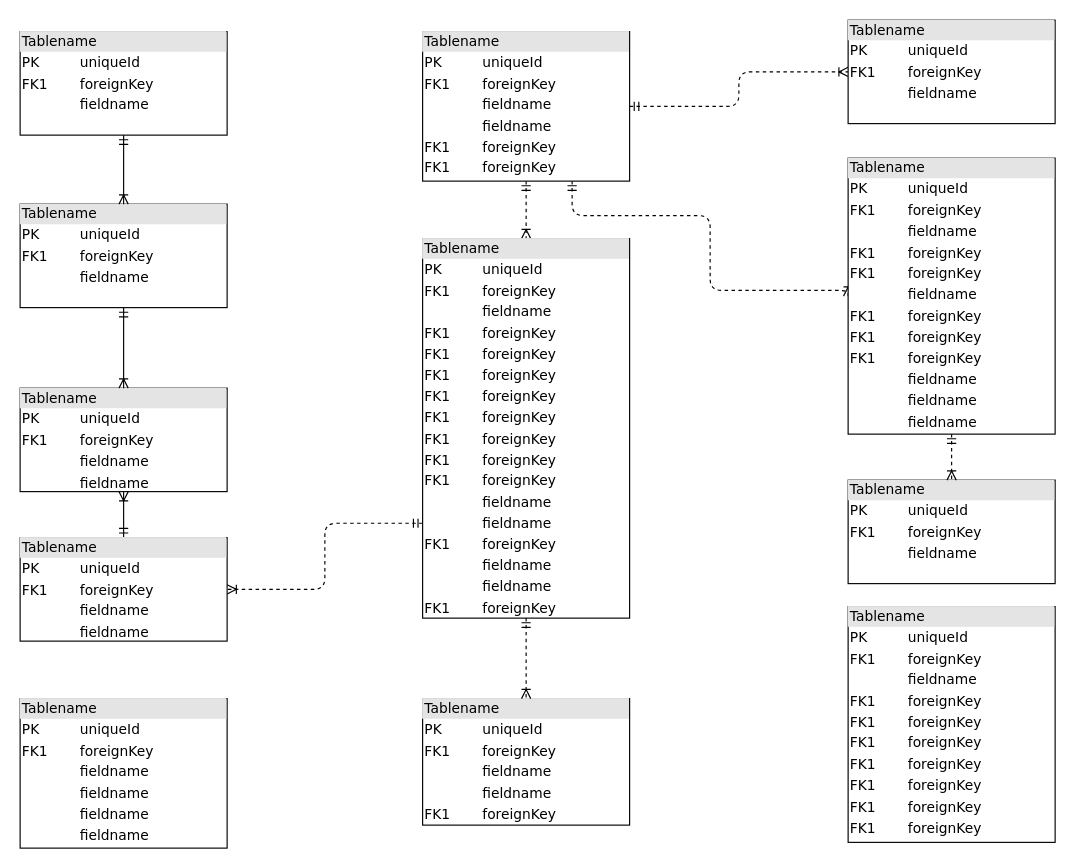
The draw.io diagram EncontrateHome/Untitled Diagram.drawio in Agosdb/Grupo-dos-Encontrate-, before the edit. Source tidied: cells renumbered, new cells numbered last; positions are measured from the earlier drawing's top-left corner, leaving out a move shared by most shapes. Both pictures are drawn from the tidied source at 115%, with x=0, y=0 at pixel (20, 20).
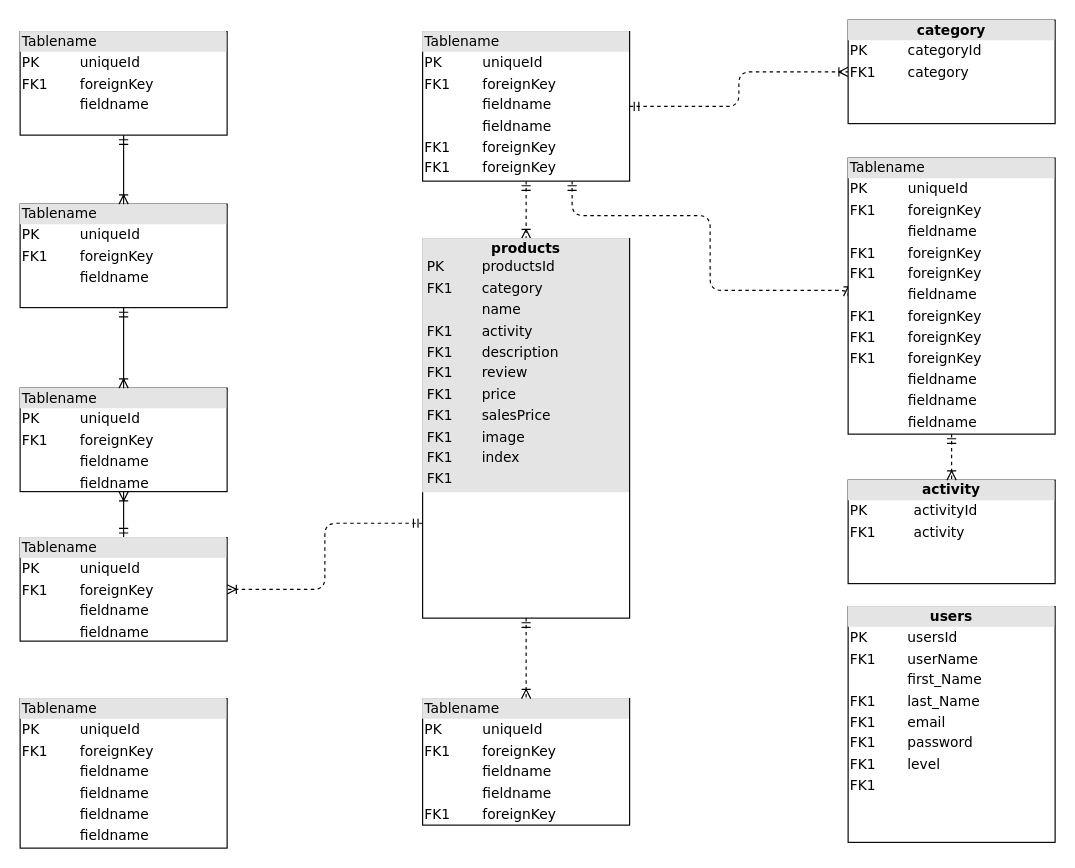
The same page after the edit.

Commit message:
Iniciando Base

Diff of the diagram source:
```diff
@@
-    <mxCell id="13" value="&lt;div style=&quot;box-sizing: border-box ; width: 100% ; background: #e4e4e4 ; padding: 2px&quot;&gt;Tablename&lt;/div&gt;&lt;table style=&quot;width: 100% ; font-size: 1em&quot; cellpadding=&quot;2&quot; cellspacing=&quot;0&quot;&gt;&lt;tbody&gt;&lt;tr&gt;&lt;td&gt;PK&lt;/td&gt;&lt;td&gt;uniqueId&lt;/td&gt;&lt;/tr&gt;&lt;tr&gt;&lt;td&gt;FK1&lt;/td&gt;&lt;td&gt;foreignKey&lt;/td&gt;&lt;/tr&gt;&lt;tr&gt;&lt;td&gt;&lt;/td&gt;&lt;td&gt;fieldname&lt;/td&gt;&lt;/tr&gt;&lt;tr&gt;&lt;td&gt;FK1&lt;br&gt;&lt;/td&gt;&lt;td&gt;foreignKey&lt;br&gt;&lt;/td&gt;&lt;/tr&gt;&lt;tr&gt;&lt;td&gt;FK1&lt;br&gt;&lt;/td&gt;&lt;td&gt;foreignKey&lt;br&gt;&lt;/td&gt;&lt;/tr&gt;&lt;tr&gt;&lt;td&gt;FK1&lt;br&gt;&lt;/td&gt;&lt;td&gt;foreignKey&lt;br&gt;&lt;/td&gt;&lt;/tr&gt;&lt;tr&gt;&lt;td&gt;FK1&lt;br&gt;&lt;/td&gt;&lt;td&gt;foreignKey&lt;br&gt;&lt;/td&gt;&lt;/tr&gt;&lt;tr&gt;&lt;td&gt;FK1&lt;br&gt;&lt;/td&gt;&lt;td&gt;foreignKey&lt;br&gt;&lt;/td&gt;&lt;/tr&gt;&lt;tr&gt;&lt;td&gt;FK1&lt;br&gt;&lt;/td&gt;&lt;td&gt;foreignKey&lt;br&gt;&lt;/td&gt;&lt;/tr&gt;&lt;tr&gt;&lt;td&gt;FK1&lt;br&gt;&lt;/td&gt;&lt;td&gt;foreignKey&lt;br&gt;&lt;/td&gt;&lt;/tr&gt;&lt;/tbody&gt;&lt;/table&gt;" style="verticalAlign=top;align=left;overflow=fill;html=1;rounded=0;shadow=0;comic=0;labelBackgroundColor=none;strokeWidth=1;fontFamily=Verdana;fontSize=12;" parent="1" vertex="1">
+    <mxCell id="13" value="&lt;div style=&quot;text-align: center ; box-sizing: border-box ; width: 100% ; background: rgb(228 , 228 , 228) ; padding: 2px&quot;&gt;&lt;b&gt;users&lt;/b&gt;&lt;/div&gt;&lt;table style=&quot;width: 100% ; font-size: 1em&quot; cellpadding=&quot;2&quot; cellspacing=&quot;0&quot;&gt;&lt;tbody&gt;&lt;tr&gt;&lt;td&gt;PK&lt;br&gt;&lt;/td&gt;&lt;td&gt;usersId&lt;/td&gt;&lt;/tr&gt;&lt;tr&gt;&lt;td&gt;FK1&lt;/td&gt;&lt;td&gt;userName&lt;/td&gt;&lt;/tr&gt;&lt;tr&gt;&lt;td&gt;&lt;/td&gt;&lt;td&gt;first_Name&lt;/td&gt;&lt;/tr&gt;&lt;tr&gt;&lt;td&gt;FK1&lt;br&gt;&lt;/td&gt;&lt;td&gt;last_Name&lt;br&gt;&lt;/td&gt;&lt;/tr&gt;&lt;tr&gt;&lt;td&gt;FK1&lt;br&gt;&lt;/td&gt;&lt;td&gt;email&lt;br&gt;&lt;/td&gt;&lt;/tr&gt;&lt;tr&gt;&lt;td&gt;FK1&lt;br&gt;&lt;/td&gt;&lt;td&gt;password&lt;br&gt;&lt;/td&gt;&lt;/tr&gt;&lt;tr&gt;&lt;td&gt;FK1&lt;br&gt;&lt;/td&gt;&lt;td&gt;level&lt;br&gt;&lt;/td&gt;&lt;/tr&gt;&lt;tr&gt;&lt;td&gt;FK1&lt;br&gt;&lt;/td&gt;&lt;td&gt;&lt;/td&gt;&lt;/tr&gt;&lt;/tbody&gt;&lt;/table&gt;" style="verticalAlign=top;align=left;overflow=fill;html=1;rounded=0;shadow=0;comic=0;labelBackgroundColor=none;strokeWidth=1;fontFamily=Verdana;fontSize=12;" parent="1" vertex="1">
       <mxGeometry x="720" y="510" width="180" height="205" as="geometry" />
     </mxCell>
@@
-    <mxCell id="16" value="&lt;div style=&quot;box-sizing: border-box ; width: 100% ; background: #e4e4e4 ; padding: 2px&quot;&gt;Tablename&lt;/div&gt;&lt;table style=&quot;width: 100% ; font-size: 1em&quot; cellpadding=&quot;2&quot; cellspacing=&quot;0&quot;&gt;&lt;tbody&gt;&lt;tr&gt;&lt;td&gt;PK&lt;/td&gt;&lt;td&gt;uniqueId&lt;/td&gt;&lt;/tr&gt;&lt;tr&gt;&lt;td&gt;FK1&lt;/td&gt;&lt;td&gt;foreignKey&lt;/td&gt;&lt;/tr&gt;&lt;tr&gt;&lt;td&gt;&lt;/td&gt;&lt;td&gt;fieldname&lt;/td&gt;&lt;/tr&gt;&lt;tr&gt;&lt;td&gt;FK1&lt;br&gt;&lt;/td&gt;&lt;td&gt;foreignKey&lt;br&gt;&lt;/td&gt;&lt;/tr&gt;&lt;tr&gt;&lt;td&gt;FK1&lt;br&gt;&lt;/td&gt;&lt;td&gt;foreignKey&lt;br&gt;&lt;/td&gt;&lt;/tr&gt;&lt;tr&gt;&lt;td&gt;FK1&lt;br&gt;&lt;/td&gt;&lt;td&gt;foreignKey&lt;br&gt;&lt;/td&gt;&lt;/tr&gt;&lt;tr&gt;&lt;td&gt;FK1&lt;br&gt;&lt;/td&gt;&lt;td&gt;foreignKey&lt;br&gt;&lt;/td&gt;&lt;/tr&gt;&lt;tr&gt;&lt;td&gt;FK1&lt;br&gt;&lt;/td&gt;&lt;td&gt;foreignKey&lt;br&gt;&lt;/td&gt;&lt;/tr&gt;&lt;tr&gt;&lt;td&gt;FK1&lt;br&gt;&lt;/td&gt;&lt;td&gt;foreignKey&lt;br&gt;&lt;/td&gt;&lt;/tr&gt;&lt;tr&gt;&lt;td&gt;FK1&lt;br&gt;&lt;/td&gt;&lt;td&gt;foreignKey&lt;br&gt;&lt;/td&gt;&lt;/tr&gt;&lt;tr&gt;&lt;td&gt;FK1&lt;br&gt;&lt;/td&gt;&lt;td&gt;foreignKey&lt;br&gt;&lt;/td&gt;&lt;/tr&gt;&lt;tr&gt;&lt;td&gt;&lt;br&gt;&lt;/td&gt;&lt;td&gt;fieldname&lt;br&gt;&lt;/td&gt;&lt;/tr&gt;&lt;tr&gt;&lt;td&gt;&lt;br&gt;&lt;/td&gt;&lt;td&gt;fieldname&lt;br&gt;&lt;/td&gt;&lt;/tr&gt;&lt;tr&gt;&lt;td&gt;FK1&lt;br&gt;&lt;/td&gt;&lt;td&gt;foreignKey&lt;br&gt;&lt;/td&gt;&lt;/tr&gt;&lt;tr&gt;&lt;td&gt;&lt;br&gt;&lt;/td&gt;&lt;td&gt;fieldname&lt;br&gt;&lt;/td&gt;&lt;/tr&gt;&lt;tr&gt;&lt;td&gt;&lt;br&gt;&lt;/td&gt;&lt;td&gt;fieldname&lt;br&gt;&lt;/td&gt;&lt;/tr&gt;&lt;tr&gt;&lt;td&gt;FK1&lt;br&gt;&lt;/td&gt;&lt;td&gt;foreignKey&lt;br&gt;&lt;/td&gt;&lt;/tr&gt;&lt;/tbody&gt;&lt;/table&gt;" style="verticalAlign=top;align=left;overflow=fill;html=1;rounded=0;shadow=0;comic=0;labelBackgroundColor=none;strokeWidth=1;fontFamily=Verdana;fontSize=12;" parent="1" vertex="1">
+    <mxCell id="16" value="&lt;div style=&quot;box-sizing: border-box ; width: 100% ; background: #e4e4e4 ; padding: 2px&quot;&gt;&lt;div style=&quot;text-align: center&quot;&gt;&lt;b&gt;products&lt;/b&gt;&lt;/div&gt;&lt;table cellpadding=&quot;2&quot; cellspacing=&quot;0&quot; style=&quot;font-size: 1em ; width: 100%&quot;&gt;&lt;tbody&gt;&lt;tr&gt;&lt;td&gt;PK&lt;/td&gt;&lt;td&gt;productsId&lt;/td&gt;&lt;/tr&gt;&lt;tr&gt;&lt;td&gt;FK1&lt;/td&gt;&lt;td&gt;category&lt;/td&gt;&lt;/tr&gt;&lt;tr&gt;&lt;td&gt;&lt;/td&gt;&lt;td&gt;name&lt;/td&gt;&lt;/tr&gt;&lt;tr&gt;&lt;td&gt;FK1&lt;br&gt;&lt;/td&gt;&lt;td&gt;activity&lt;br&gt;&lt;/td&gt;&lt;/tr&gt;&lt;tr&gt;&lt;td&gt;FK1&lt;br&gt;&lt;/td&gt;&lt;td&gt;description&lt;br&gt;&lt;/td&gt;&lt;/tr&gt;&lt;tr&gt;&lt;td&gt;FK1&lt;br&gt;&lt;/td&gt;&lt;td&gt;review&lt;br&gt;&lt;/td&gt;&lt;/tr&gt;&lt;tr&gt;&lt;td&gt;FK1&lt;br&gt;&lt;/td&gt;&lt;td&gt;price&lt;br&gt;&lt;/td&gt;&lt;/tr&gt;&lt;tr&gt;&lt;td&gt;FK1&lt;br&gt;&lt;/td&gt;&lt;td&gt;salesPrice&lt;br&gt;&lt;/td&gt;&lt;/tr&gt;&lt;tr&gt;&lt;td&gt;FK1&lt;br&gt;&lt;/td&gt;&lt;td&gt;image&lt;br&gt;&lt;/td&gt;&lt;/tr&gt;&lt;tr&gt;&lt;td&gt;FK1&lt;br&gt;&lt;/td&gt;&lt;td&gt;index&lt;br&gt;&lt;/td&gt;&lt;/tr&gt;&lt;tr&gt;&lt;td&gt;FK1&lt;br&gt;&lt;/td&gt;&lt;td&gt;&lt;/td&gt;&lt;/tr&gt;&lt;/tbody&gt;&lt;/table&gt;&lt;/div&gt;" style="verticalAlign=top;align=left;overflow=fill;html=1;rounded=0;shadow=0;comic=0;labelBackgroundColor=none;strokeWidth=1;fontFamily=Verdana;fontSize=12;" parent="1" vertex="1">
       <mxGeometry x="350" y="190" width="180" height="330" as="geometry" />
     </mxCell>
-    <mxCell id="17" value="&lt;div style=&quot;box-sizing:border-box;width:100%;background:#e4e4e4;padding:2px;&quot;&gt;Tablename&lt;/div&gt;&lt;table style=&quot;width:100%;font-size:1em;&quot; cellpadding=&quot;2&quot; cellspacing=&quot;0&quot;&gt;&lt;tr&gt;&lt;td&gt;PK&lt;/td&gt;&lt;td&gt;uniqueId&lt;/td&gt;&lt;/tr&gt;&lt;tr&gt;&lt;td&gt;FK1&lt;/td&gt;&lt;td&gt;foreignKey&lt;/td&gt;&lt;/tr&gt;&lt;tr&gt;&lt;td&gt;&lt;/td&gt;&lt;td&gt;fieldname&lt;/td&gt;&lt;/tr&gt;&lt;/table&gt;" style="verticalAlign=top;align=left;overflow=fill;html=1;rounded=0;shadow=0;comic=0;labelBackgroundColor=none;strokeWidth=1;fontFamily=Verdana;fontSize=12;" parent="1" vertex="1">
+    <mxCell id="17" value="&lt;div style=&quot;text-align: center ; box-sizing: border-box ; width: 100% ; background: rgb(228 , 228 , 228) ; padding: 2px&quot;&gt;&lt;b&gt;activity&lt;/b&gt;&lt;/div&gt;&lt;table style=&quot;width: 100% ; font-size: 1em&quot; cellpadding=&quot;2&quot; cellspacing=&quot;0&quot;&gt;&lt;tbody&gt;&lt;tr&gt;&lt;td&gt;PK&lt;/td&gt;&lt;td&gt;activityId&lt;/td&gt;&lt;/tr&gt;&lt;tr&gt;&lt;td&gt;FK1&lt;/td&gt;&lt;td&gt;activity&lt;/td&gt;&lt;/tr&gt;&lt;tr&gt;&lt;td&gt;&lt;/td&gt;&lt;td&gt;&lt;br&gt;&lt;/td&gt;&lt;/tr&gt;&lt;/tbody&gt;&lt;/table&gt;" style="verticalAlign=top;align=left;overflow=fill;html=1;rounded=0;shadow=0;comic=0;labelBackgroundColor=none;strokeWidth=1;fontFamily=Verdana;fontSize=12;" parent="1" vertex="1">
       <mxGeometry x="720" y="400" width="180" height="90" as="geometry" />
     </mxCell>
@@
-    <mxCell id="20" value="&lt;div style=&quot;box-sizing:border-box;width:100%;background:#e4e4e4;padding:2px;&quot;&gt;Tablename&lt;/div&gt;&lt;table style=&quot;width:100%;font-size:1em;&quot; cellpadding=&quot;2&quot; cellspacing=&quot;0&quot;&gt;&lt;tr&gt;&lt;td&gt;PK&lt;/td&gt;&lt;td&gt;uniqueId&lt;/td&gt;&lt;/tr&gt;&lt;tr&gt;&lt;td&gt;FK1&lt;/td&gt;&lt;td&gt;foreignKey&lt;/td&gt;&lt;/tr&gt;&lt;tr&gt;&lt;td&gt;&lt;/td&gt;&lt;td&gt;fieldname&lt;/td&gt;&lt;/tr&gt;&lt;/table&gt;" style="verticalAlign=top;align=left;overflow=fill;html=1;rounded=0;shadow=0;comic=0;labelBackgroundColor=none;strokeWidth=1;fontFamily=Verdana;fontSize=12;" parent="1" vertex="1">
+    <mxCell id="20" value="&lt;div style=&quot;text-align: center ; box-sizing: border-box ; width: 100% ; background: rgb(228 , 228 , 228) ; padding: 2px&quot;&gt;&lt;b&gt;category&lt;/b&gt;&lt;/div&gt;&lt;table style=&quot;width: 100% ; font-size: 1em&quot; cellpadding=&quot;2&quot; cellspacing=&quot;0&quot;&gt;&lt;tbody&gt;&lt;tr&gt;&lt;td&gt;PK&lt;/td&gt;&lt;td&gt;categoryId&lt;/td&gt;&lt;/tr&gt;&lt;tr&gt;&lt;td&gt;FK1&lt;/td&gt;&lt;td&gt;category&lt;/td&gt;&lt;/tr&gt;&lt;tr&gt;&lt;td&gt;&lt;/td&gt;&lt;td&gt;&lt;br&gt;&lt;/td&gt;&lt;/tr&gt;&lt;/tbody&gt;&lt;/table&gt;" style="verticalAlign=top;align=left;overflow=fill;html=1;rounded=0;shadow=0;comic=0;labelBackgroundColor=none;strokeWidth=1;fontFamily=Verdana;fontSize=12;" parent="1" vertex="1">
       <mxGeometry x="720" width="180" height="90" as="geometry" />
     </mxCell>
```
